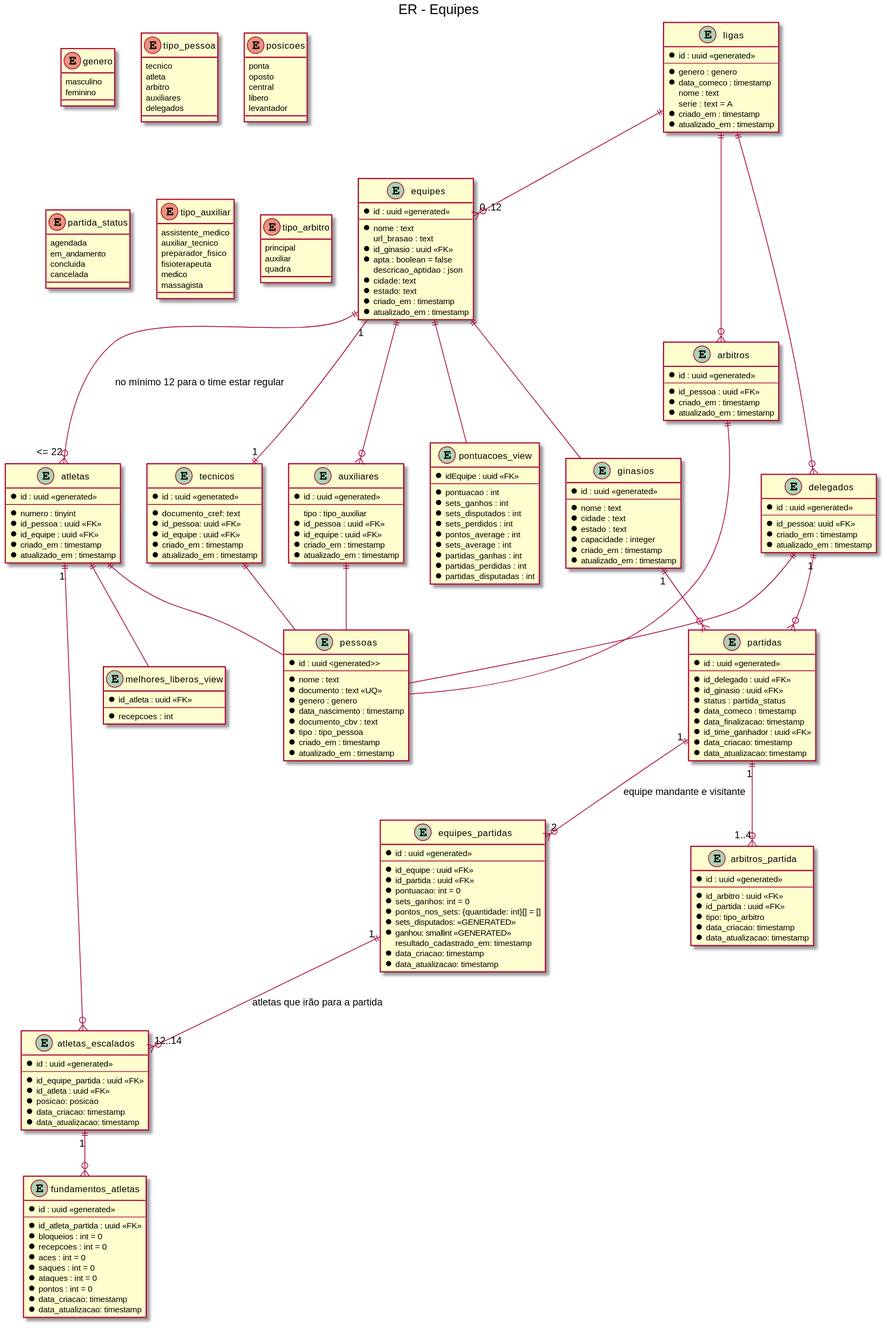
The PlantUML diagram out/documentation/volei/er.svg in josecleiton/volleyball-api, before a commit.
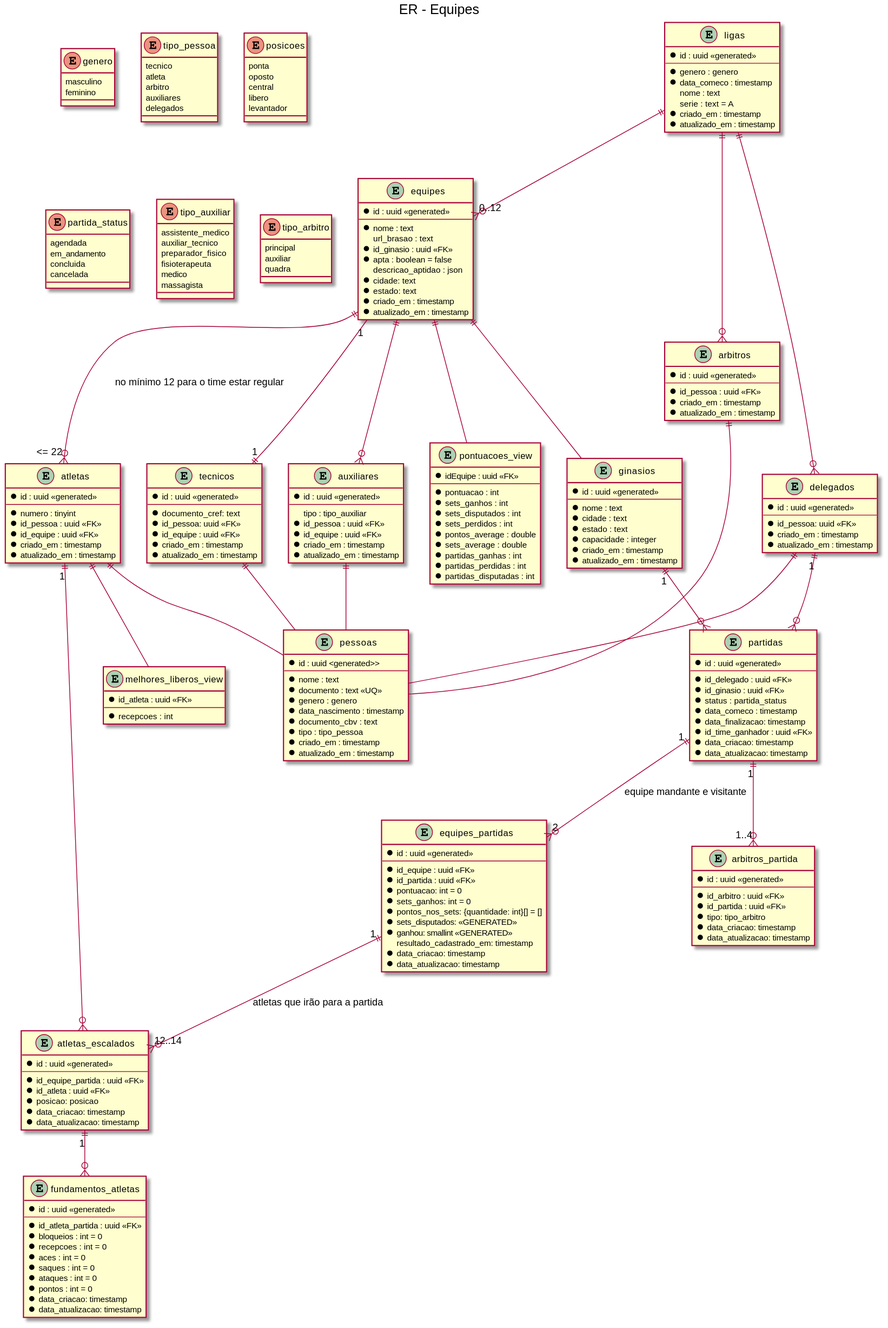
The same diagram one commit later.

Change to the diagram source:
```diff
@@ -208,8 +208,8 @@
 	* sets_ganhos : int
 	* sets_disputados : int
 	* sets_perdidos : int
-	* pontos_average : int
-	* sets_average : int
+	* pontos_average : double
+	* sets_average : double
 	* partidas_ganhas : int
 	* partidas_perdidas : int
 	* partidas_disputadas : int
```
